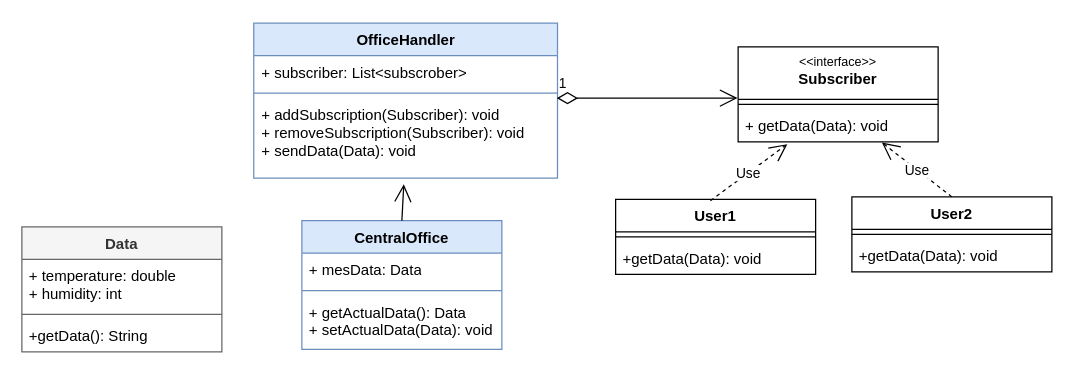
This is Unbenanntes Diagramm.drawio from pashaslayer/-4BHWII_Khakhlou_Rubner, a draw.io file, before an edit. Source tidied: cells renumbered, new cells numbered last; positions are measured from the earlier drawing's top-left corner, leaving out a move shared by most shapes. Both pictures are drawn from the tidied source at 125%, with x=0, y=0 at pixel (21, 22).
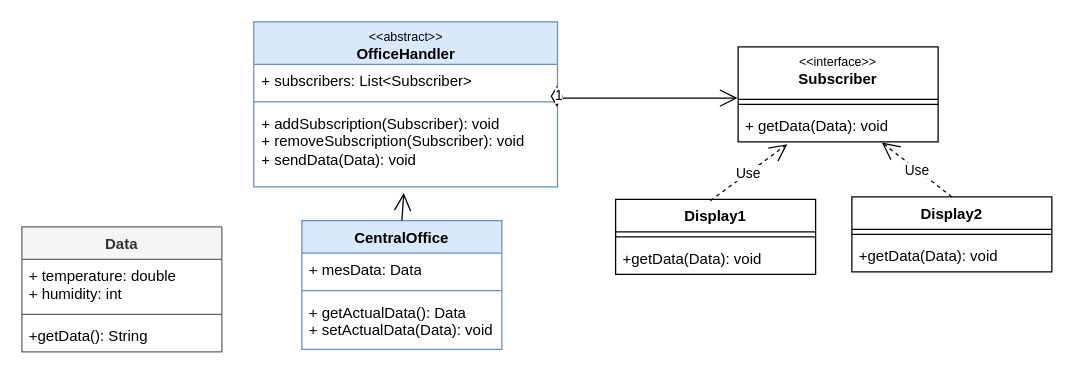
Above is the later version.

Commit message (it also covers changes not shown here):
uml structure changed

Change to the diagram source:
```diff
@@
-    <mxCell id="10" value="OfficeHandler" style="swimlane;fontStyle=1;align=center;verticalAlign=top;horizontal=1;startSize=26;whiteSpace=wrap;html=1;fillColor=#dae8fc;strokeColor=#6c8ebf;" parent="1" vertex="1">
-      <mxGeometry x="185.5" width="243" height="124" as="geometry" />
+    <mxCell id="10" value="&lt;div style=&quot;font-size: 10px;&quot;&gt;&lt;span style=&quot;font-weight: normal;&quot;&gt;&amp;lt;&amp;lt;abstract&amp;gt;&amp;gt;&lt;/span&gt;&lt;br&gt;&lt;/div&gt;&lt;div&gt;OfficeHandler&lt;/div&gt;" style="swimlane;fontStyle=1;align=center;verticalAlign=top;horizontal=1;startSize=34;whiteSpace=wrap;html=1;fillColor=#dae8fc;strokeColor=#6c8ebf;" parent="1" vertex="1">
+      <mxGeometry x="185.5" y="-1" width="243" height="132" as="geometry" />
     </mxCell>
-    <mxCell id="11" value="+ subscriber: List&amp;lt;subscrober&amp;gt; " style="text;strokeColor=none;fillColor=none;align=left;verticalAlign=top;spacingLeft=4;spacingRight=4;overflow=hidden;whiteSpace=wrap;html=1;" parent="10" vertex="1">
-      <mxGeometry y="26" width="243" height="26" as="geometry" />
+    <mxCell id="11" value="+ subscribers: List&amp;lt;Subscriber&amp;gt; " style="text;strokeColor=none;fillColor=none;align=left;verticalAlign=top;spacingLeft=4;spacingRight=4;overflow=hidden;whiteSpace=wrap;html=1;" parent="10" vertex="1">
+      <mxGeometry y="34" width="243" height="26" as="geometry" />
     </mxCell>
     <mxCell id="12" style="line;strokeWidth=1;fillColor=none;align=left;verticalAlign=middle;spacingTop=-1;spacingLeft=3;spacingRight=3;labelPosition=right;strokeColor=inherit;" parent="10" vertex="1">
-      <mxGeometry y="52" width="243" height="8" as="geometry" />
+      <mxGeometry y="60" width="243" height="8" as="geometry" />
     </mxCell>
     <mxCell id="13" value="&lt;div&gt;+ addSubscription(Subscriber): void&lt;/div&gt;&lt;div&gt;&lt;div&gt;+ removeSubscription(Subscriber): void&lt;/div&gt;&lt;/div&gt;&lt;div&gt;+ sendData(Data): void&lt;br&gt;&lt;/div&gt;" style="text;strokeColor=none;fillColor=none;align=left;verticalAlign=top;spacingLeft=4;spacingRight=4;overflow=hidden;points=[[0,0.5],[1,0.5]];portConstraint=eastwest;whiteSpace=wrap;html=1;" parent="10" vertex="1">
-      <mxGeometry y="60" width="243" height="64" as="geometry" />
+      <mxGeometry y="68" width="243" height="64" as="geometry" />
     </mxCell>
@@
-    <mxCell id="19" value="User1" style="swimlane;fontStyle=1;align=center;verticalAlign=top;horizontal=1;startSize=26;whiteSpace=wrap;html=1;" parent="1" vertex="1">
+    <mxCell id="19" value="Display1" style="swimlane;fontStyle=1;align=center;verticalAlign=top;horizontal=1;startSize=26;whiteSpace=wrap;html=1;" parent="1" vertex="1">
       <mxGeometry x="475" y="141" width="160" height="60" as="geometry" />
     </mxCell>
@@
-    <mxCell id="23" value="User2" style="swimlane;fontStyle=1;align=center;verticalAlign=top;horizontal=1;startSize=26;whiteSpace=wrap;html=1;" parent="1" vertex="1">
+    <mxCell id="23" value="Display2" style="swimlane;fontStyle=1;align=center;verticalAlign=top;horizontal=1;startSize=26;whiteSpace=wrap;html=1;" parent="1" vertex="1">
       <mxGeometry x="664" y="139" width="160" height="60" as="geometry" />
     </mxCell>
```
